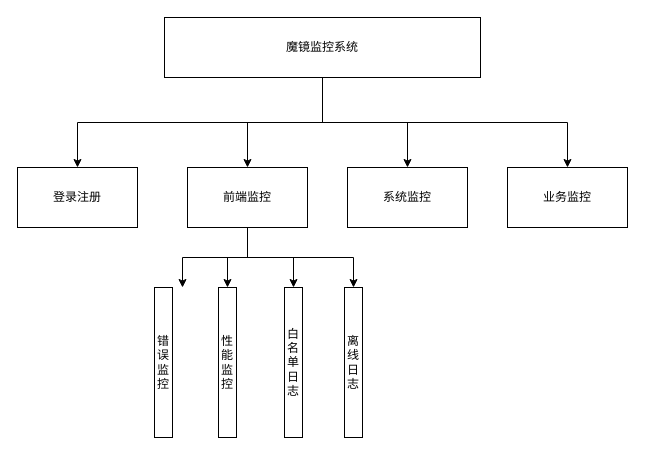
Earlier version of the draw.io diagram 系统架构设计.drawio (FelixTt/repositoryForDraw.io). Source tidied: cells renumbered, new cells numbered last; positions are measured from the earlier drawing's top-left corner, leaving out a move shared by most shapes. Both pictures are drawn from the tidied source at 100%, with x=0, y=0 at pixel (17, 17).
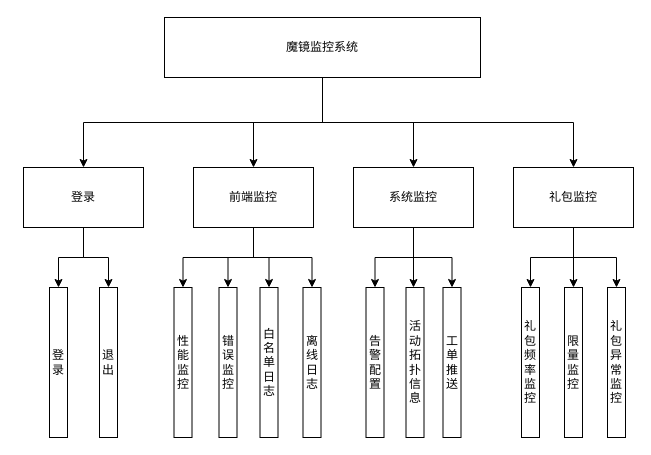
Above is the later version.

Commit message:
Update 系统架构设计.drawio

The change refers to these unchanged cells:
```xml
<mxCell id="2" value="魔镜监控系统" style="rounded=0;whiteSpace=wrap;html=1;" parent="1" vertex="1">
  <mxGeometry x="147" width="316" height="60" as="geometry" />
</mxCell>
```

What changed in the source:
```diff
@@
-    <mxCell id="3" value="登录注册" style="rounded=0;whiteSpace=wrap;html=1;" parent="1" vertex="1">
-      <mxGeometry y="150" width="120" height="60" as="geometry" />
+    <mxCell id="3" value="登录" style="rounded=0;whiteSpace=wrap;html=1;" parent="1" vertex="1">
+      <mxGeometry x="6" y="150" width="120" height="60" as="geometry" />
     </mxCell>
     <mxCell id="4" value="前端监控" style="rounded=0;whiteSpace=wrap;html=1;" parent="1" vertex="1">
-      <mxGeometry x="170" y="150" width="120" height="60" as="geometry" />
+      <mxGeometry x="176" y="150" width="120" height="60" as="geometry" />
     </mxCell>
@@
     <mxCell id="6" value="系统监控" style="rounded=0;whiteSpace=wrap;html=1;" parent="1" vertex="1">
-      <mxGeometry x="330" y="150" width="120" height="60" as="geometry" />
+      <mxGeometry x="336" y="150" width="120" height="60" as="geometry" />
     </mxCell>
-    <mxCell id="7" value="业务监控" style="rounded=0;whiteSpace=wrap;html=1;" parent="1" vertex="1">
-      <mxGeometry x="490" y="150" width="120" height="60" as="geometry" />
+    <mxCell id="7" value="礼包监控" style="rounded=0;whiteSpace=wrap;html=1;" parent="1" vertex="1">
+      <mxGeometry x="496" y="150" width="120" height="60" as="geometry" />
     </mxCell>
     <mxCell id="8" value="&lt;div style=&quot;font-size: 12px;&quot;&gt;白名单日志&lt;br style=&quot;font-size: 12px;&quot;&gt;&lt;/div&gt;" style="rounded=0;whiteSpace=wrap;html=1;verticalAlign=middle;horizontal=1;textDirection=rtl;align=center;fontSize=12;labelBackgroundColor=none;labelBorderColor=none;shadow=0;fontFamily=Helvetica;labelPosition=center;verticalLabelPosition=middle;" parent="1" vertex="1">
-      <mxGeometry x="267" y="270" width="18" height="150" as="geometry" />
+      <mxGeometry x="242.5" y="270" width="18" height="150" as="geometry" />
     </mxCell>
-    <mxCell id="9" style="edgeStyle=elbowEdgeStyle;elbow=vertical;endArrow=classic;html=1;fontColor=#000000;exitX=0.5;exitY=1;exitDx=0;exitDy=0;entryX=0.5;entryY=0;entryDx=0;entryDy=0;rounded=0;" parent="1" edge="1" source="4" target="8">
+    <mxCell id="9" style="edgeStyle=elbowEdgeStyle;elbow=vertical;endArrow=classic;html=1;exitX=0.5;exitY=1;exitDx=0;exitDy=0;entryX=0.5;entryY=0;entryDx=0;entryDy=0;rounded=0;" parent="1" edge="1" source="4" target="8">
       <mxGeometry relative="1" as="geometry">
         <Array as="points">
           <mxPoint x="247" y="240" />
         </Array>
       </mxGeometry>
     </mxCell>
-    <mxCell id="10" style="edgeStyle=elbowEdgeStyle;elbow=vertical;endArrow=classic;html=1;rounded=0;fontColor=#000000;" parent="1" edge="1" source="4">
-      <mxGeometry relative="1" as="geometry">
-        <mxPoint x="165" y="270" as="targetPoint" />
-      </mxGeometry>
+    <mxCell id="10" style="edgeStyle=elbowEdgeStyle;elbow=vertical;endArrow=classic;html=1;rounded=0;" parent="1" edge="1" source="4" target="17">
+      <mxGeometry relative="1" as="geometry" />
     </mxCell>
-    <mxCell id="11" style="edgeStyle=elbowEdgeStyle;elbow=vertical;endArrow=classic;html=1;rounded=0;fontColor=#000000;" parent="1" edge="1" source="4" target="16">
+    <mxCell id="11" style="edgeStyle=elbowEdgeStyle;elbow=vertical;endArrow=classic;html=1;rounded=0;" parent="1" edge="1" source="4" target="16">
       <mxGeometry relative="1" as="geometry" />
     </mxCell>
-    <mxCell id="12" style="edgeStyle=elbowEdgeStyle;elbow=vertical;endArrow=classic;html=1;rounded=0;fontColor=#000000;" parent="1" edge="1" source="4" target="18">
+    <mxCell id="12" style="edgeStyle=elbowEdgeStyle;elbow=vertical;endArrow=classic;html=1;rounded=0;" parent="1" edge="1" source="4" target="18">
       <mxGeometry relative="1" as="geometry" />
     </mxCell>
-    <mxCell id="13" style="edgeStyle=elbowEdgeStyle;elbow=vertical;endArrow=classic;html=1;rounded=0;fontColor=#000000;" parent="1" edge="1" source="2" target="4">
+    <mxCell id="13" style="edgeStyle=elbowEdgeStyle;elbow=vertical;endArrow=classic;html=1;rounded=0;" parent="1" edge="1" source="2" target="4">
       <mxGeometry relative="1" as="geometry" />
     </mxCell>
-    <mxCell id="14" style="edgeStyle=elbowEdgeStyle;elbow=vertical;endArrow=classic;html=1;rounded=0;fontColor=#000000;" parent="1" edge="1" source="2" target="6">
+    <mxCell id="14" style="edgeStyle=elbowEdgeStyle;elbow=vertical;endArrow=classic;html=1;rounded=0;" parent="1" edge="1" source="2" target="6">
       <mxGeometry relative="1" as="geometry" />
     </mxCell>
-    <mxCell id="15" style="edgeStyle=elbowEdgeStyle;elbow=vertical;endArrow=classic;html=1;rounded=0;fontColor=#000000;" parent="1" edge="1" source="2" target="7">
+    <mxCell id="15" style="edgeStyle=elbowEdgeStyle;elbow=vertical;endArrow=classic;html=1;rounded=0;" parent="1" edge="1" source="2" target="7">
       <mxGeometry relative="1" as="geometry" />
     </mxCell>
     <mxCell id="16" value="&lt;div style=&quot;font-size: 12px;&quot;&gt;性能监控&lt;br style=&quot;font-size: 12px;&quot;&gt;&lt;/div&gt;" style="rounded=0;whiteSpace=wrap;html=1;verticalAlign=middle;horizontal=1;textDirection=rtl;align=center;fontSize=12;labelBackgroundColor=none;labelBorderColor=none;shadow=0;fontFamily=Helvetica;labelPosition=center;verticalLabelPosition=middle;" parent="1" vertex="1">
-      <mxGeometry x="201" y="270" width="18" height="150" as="geometry" />
+      <mxGeometry x="156.5" y="270" width="18" height="150" as="geometry" />
     </mxCell>
     <mxCell id="17" value="&lt;div style=&quot;font-size: 12px;&quot;&gt;&lt;span style=&quot;font-size: 12px;&quot;&gt;错误监控&lt;/span&gt;&lt;br style=&quot;font-size: 12px;&quot;&gt;&lt;/div&gt;" style="rounded=0;whiteSpace=wrap;html=1;verticalAlign=middle;horizontal=1;textDirection=rtl;align=center;fontSize=12;labelBackgroundColor=none;labelBorderColor=none;shadow=0;fontFamily=Helvetica;labelPosition=center;verticalLabelPosition=middle;" parent="1" vertex="1">
-      <mxGeometry x="137" y="270" width="18" height="150" as="geometry" />
+      <mxGeometry x="201.5" y="270" width="18" height="150" as="geometry" />
     </mxCell>
     <mxCell id="18" value="&lt;div style=&quot;font-size: 12px;&quot;&gt;离线日志&lt;br style=&quot;font-size: 12px;&quot;&gt;&lt;/div&gt;" style="rounded=0;whiteSpace=wrap;html=1;verticalAlign=middle;horizontal=1;textDirection=rtl;align=center;fontSize=12;labelBackgroundColor=none;labelBorderColor=none;shadow=0;fontFamily=Helvetica;labelPosition=center;verticalLabelPosition=middle;" parent="1" vertex="1">
-      <mxGeometry x="327" y="270" width="18" height="150" as="geometry" />
+      <mxGeometry x="285.5" y="270" width="18" height="150" as="geometry" />
     </mxCell>
+    <mxCell id="19" value="&lt;div style=&quot;font-size: 12px;&quot;&gt;工单推送&lt;/div&gt;" style="rounded=0;whiteSpace=wrap;html=1;verticalAlign=middle;horizontal=1;textDirection=rtl;align=center;fontSize=12;labelBackgroundColor=none;labelBorderColor=none;shadow=0;fontFamily=Helvetica;labelPosition=center;verticalLabelPosition=middle;" parent="1" vertex="1">
+      <mxGeometry x="425.5" y="270" width="18" height="150" as="geometry" />
+    </mxCell>
+    <mxCell id="20" value="&lt;div style=&quot;font-size: 12px;&quot;&gt;告警配置&lt;br style=&quot;font-size: 12px;&quot;&gt;&lt;/div&gt;" style="rounded=0;whiteSpace=wrap;html=1;verticalAlign=middle;horizontal=1;textDirection=rtl;align=center;fontSize=12;labelBackgroundColor=none;labelBorderColor=none;shadow=0;fontFamily=Helvetica;labelPosition=center;verticalLabelPosition=middle;" parent="1" vertex="1">
+      <mxGeometry x="348.5" y="270" width="18" height="150" as="geometry" />
+    </mxCell>
+    <mxCell id="21" value="&lt;div style=&quot;font-size: 12px;&quot;&gt;&lt;span style=&quot;font-size: 12px;&quot;&gt;活动拓扑信息&lt;/span&gt;&lt;br style=&quot;font-size: 12px;&quot;&gt;&lt;/div&gt;" style="rounded=0;whiteSpace=wrap;html=1;verticalAlign=middle;horizontal=1;textDirection=rtl;align=center;fontSize=12;labelBackgroundColor=none;labelBorderColor=none;shadow=0;fontFamily=Helvetica;labelPosition=center;verticalLabelPosition=middle;" parent="1" vertex="1">
+      <mxGeometry x="388.5" y="270" width="18" height="150" as="geometry" />
+    </mxCell>
+    <mxCell id="22" style="edgeStyle=elbowEdgeStyle;elbow=vertical;endArrow=classic;html=1;rounded=0;sketch=0;" parent="1" edge="1" source="6" target="20">
+      <mxGeometry relative="1" as="geometry" />
+    </mxCell>
+    <mxCell id="23" style="edgeStyle=elbowEdgeStyle;elbow=vertical;endArrow=classic;html=1;rounded=0;sketch=0;" parent="1" edge="1" source="6" target="21">
+      <mxGeometry relative="1" as="geometry">
+        <Array as="points">
+          <mxPoint x="390" y="270" />
+        </Array>
+      </mxGeometry>
+    </mxCell>
+    <mxCell id="24" style="edgeStyle=elbowEdgeStyle;elbow=vertical;endArrow=classic;html=1;rounded=0;sketch=0;" parent="1" edge="1" source="6" target="19">
+      <mxGeometry relative="1" as="geometry" />
+    </mxCell>
+    <mxCell id="25" value="&lt;div style=&quot;font-size: 12px;&quot;&gt;礼包异常监控&lt;/div&gt;" style="rounded=0;whiteSpace=wrap;html=1;verticalAlign=middle;horizontal=1;textDirection=rtl;align=center;fontSize=12;labelBackgroundColor=none;labelBorderColor=none;shadow=0;fontFamily=Helvetica;labelPosition=center;verticalLabelPosition=middle;" parent="1" vertex="1">
+      <mxGeometry x="590" y="270" width="18" height="150" as="geometry" />
+    </mxCell>
+    <mxCell id="26" value="&lt;div style=&quot;font-size: 12px;&quot;&gt;礼包频率监控&lt;br style=&quot;font-size: 12px;&quot;&gt;&lt;/div&gt;" style="rounded=0;whiteSpace=wrap;html=1;verticalAlign=middle;horizontal=1;textDirection=rtl;align=center;fontSize=12;labelBackgroundColor=none;labelBorderColor=none;shadow=0;fontFamily=Helvetica;labelPosition=center;verticalLabelPosition=middle;" parent="1" vertex="1">
+      <mxGeometry x="504" y="270" width="18" height="150" as="geometry" />
+    </mxCell>
+    <mxCell id="27" value="&lt;div style=&quot;font-size: 12px;&quot;&gt;&lt;span style=&quot;font-size: 12px;&quot;&gt;限量监控&lt;/span&gt;&lt;br style=&quot;font-size: 12px;&quot;&gt;&lt;/div&gt;" style="rounded=0;whiteSpace=wrap;html=1;verticalAlign=middle;horizontal=1;textDirection=rtl;align=center;fontSize=12;labelBackgroundColor=none;labelBorderColor=none;shadow=0;fontFamily=Helvetica;labelPosition=center;verticalLabelPosition=middle;" parent="1" vertex="1">
+      <mxGeometry x="547" y="270" width="18" height="150" as="geometry" />
+    </mxCell>
+    <mxCell id="28" style="edgeStyle=elbowEdgeStyle;elbow=vertical;endArrow=classic;html=1;rounded=0;sketch=0;" parent="1" edge="1" source="7" target="26">
+      <mxGeometry relative="1" as="geometry" />
+    </mxCell>
+    <mxCell id="29" style="edgeStyle=elbowEdgeStyle;elbow=vertical;endArrow=classic;html=1;rounded=0;sketch=0;" parent="1" edge="1" source="7" target="27">
+      <mxGeometry relative="1" as="geometry" />
+    </mxCell>
+    <mxCell id="30" style="edgeStyle=elbowEdgeStyle;elbow=vertical;endArrow=classic;html=1;rounded=0;sketch=0;" parent="1" edge="1" source="7" target="25">
+      <mxGeometry relative="1" as="geometry" />
+    </mxCell>
+    <mxCell id="31" value="&lt;div style=&quot;font-size: 12px;&quot;&gt;登录&lt;br style=&quot;font-size: 12px;&quot;&gt;&lt;/div&gt;" style="rounded=0;whiteSpace=wrap;html=1;verticalAlign=middle;horizontal=1;textDirection=rtl;align=center;fontSize=12;labelBackgroundColor=none;labelBorderColor=none;shadow=0;fontFamily=Helvetica;labelPosition=center;verticalLabelPosition=middle;" parent="1" vertex="1">
+      <mxGeometry x="32" y="270" width="18" height="150" as="geometry" />
+    </mxCell>
+    <mxCell id="32" value="&lt;div style=&quot;font-size: 12px;&quot;&gt;&lt;span style=&quot;font-size: 12px;&quot;&gt;退出&lt;/span&gt;&lt;br style=&quot;font-size: 12px;&quot;&gt;&lt;/div&gt;" style="rounded=0;whiteSpace=wrap;html=1;verticalAlign=middle;horizontal=1;textDirection=rtl;align=center;fontSize=12;labelBackgroundColor=none;labelBorderColor=none;shadow=0;fontFamily=Helvetica;labelPosition=center;verticalLabelPosition=middle;" parent="1" vertex="1">
+      <mxGeometry x="82" y="270" width="18" height="150" as="geometry" />
+    </mxCell>
+    <mxCell id="33" style="edgeStyle=elbowEdgeStyle;elbow=vertical;endArrow=classic;html=1;rounded=0;sketch=0;" parent="1" edge="1" source="3" target="31">
+      <mxGeometry relative="1" as="geometry" />
+    </mxCell>
+    <mxCell id="34" style="edgeStyle=elbowEdgeStyle;elbow=vertical;endArrow=classic;html=1;rounded=0;sketch=0;" parent="1" edge="1" source="3" target="32">
+      <mxGeometry relative="1" as="geometry" />
+    </mxCell>
```
